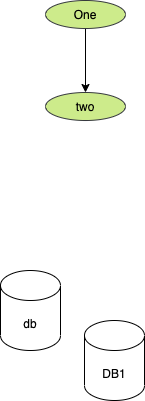
adithnaveen/sapient-apr-2021-xt keeps this draw.io diagram as sample.drawio.png. Above is the earlier version. Source tidied: cells renumbered, new cells last; positions are measured from the earlier drawing's top-left corner, leaving out a move shared by most shapes.
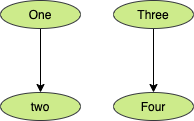
Above is the later version.

Diff of the diagram source:
```diff
@@ -11,11 +11,14 @@
     <mxCell id="4" value="&lt;font color=&quot;#000000&quot;&gt;two&lt;/font&gt;" style="ellipse;whiteSpace=wrap;html=1;fillColor=#cdeb8b;strokeColor=#36393d;" parent="1" vertex="1">
       <mxGeometry x="45" y="92" width="80" height="28" as="geometry" />
     </mxCell>
-    <mxCell id="5" value="db" style="shape=cylinder3;whiteSpace=wrap;html=1;boundedLbl=1;backgroundOutline=1;size=15;" parent="1" vertex="1">
-      <mxGeometry y="270" width="60" height="80" as="geometry" />
-    </mxCell>
-    <mxCell id="6" value="DB1" style="shape=cylinder3;whiteSpace=wrap;html=1;boundedLbl=1;backgroundOutline=1;size=15;" parent="1" vertex="1">
-      <mxGeometry x="84" y="320" width="60" height="80" as="geometry" />
-    </mxCell>
+    <mxCell id="7" style="edgeStyle=orthogonalEdgeStyle;rounded=0;jettySize=auto;html=1;entryX=0.5;entryY=0;entryDx=0;entryDy=0;" parent="1" edge="1" source="8" target="9">
+      <mxGeometry relative="1" as="geometry" />
+    </mxCell>
+    <mxCell id="8" value="&lt;font color=&quot;#000000&quot;&gt;Three&lt;/font&gt;" style="ellipse;whiteSpace=wrap;html=1;fillColor=#cdeb8b;strokeColor=#36393d;" parent="1" vertex="1">
+      <mxGeometry x="158" width="80" height="28" as="geometry" />
+    </mxCell>
+    <mxCell id="9" value="&lt;font color=&quot;#000000&quot;&gt;Four&lt;/font&gt;" style="ellipse;whiteSpace=wrap;html=1;fillColor=#cdeb8b;strokeColor=#36393d;" parent="1" vertex="1">
+      <mxGeometry x="158" y="92" width="80" height="28" as="geometry" />
+    </mxCell>
   </root>
 </mxGraphModel>
```
